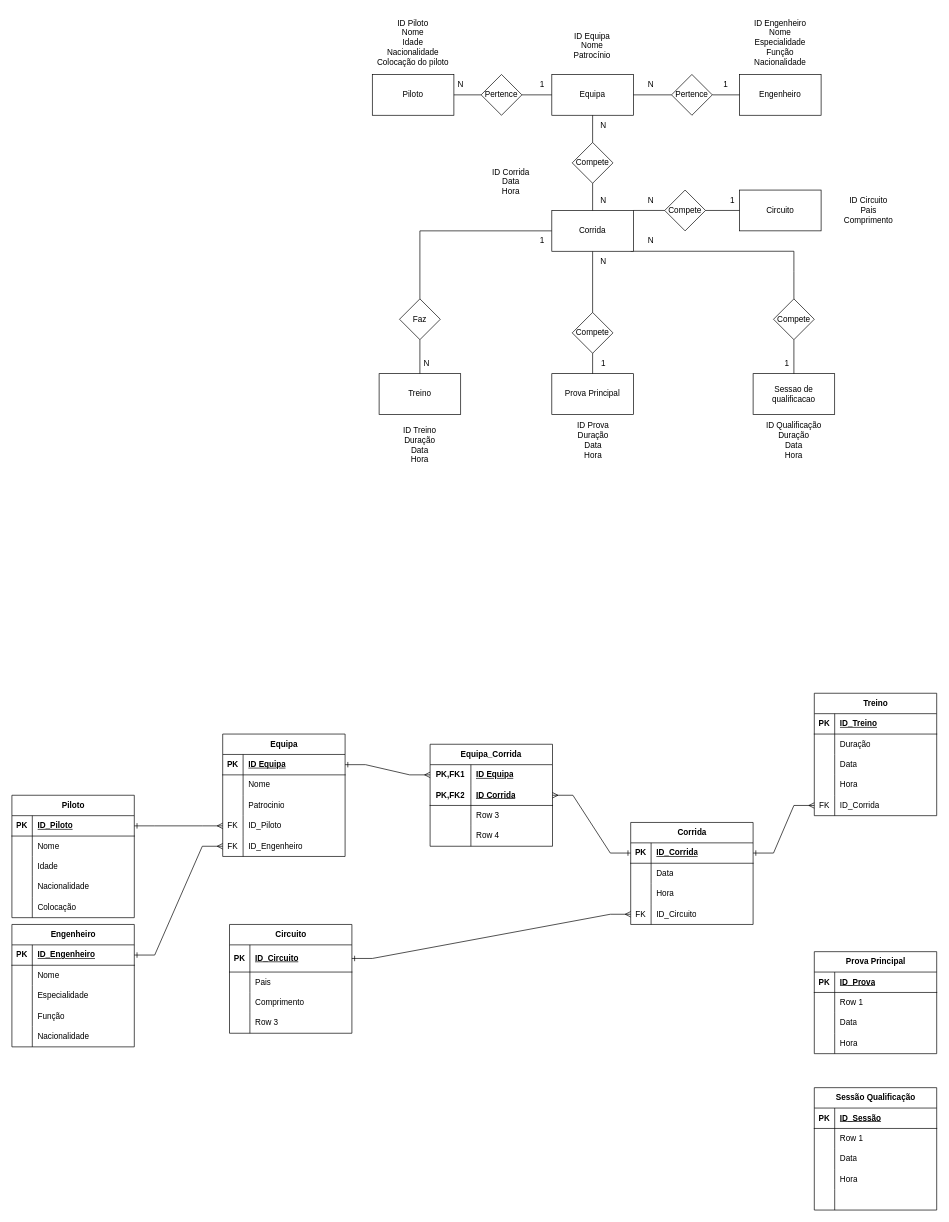
This is Ex_01_TrabalhoGrupo.drawio from GoncaloPereira97/CESAE_Softdev_PRT_1023, a draw.io file, before an edit. Source tidied: cells renumbered, new cells numbered last; positions are measured from the earlier drawing's top-left corner, leaving out a move shared by most shapes. Both pictures are drawn from the tidied source at 68%, with x=0, y=0 at pixel (12, 12).
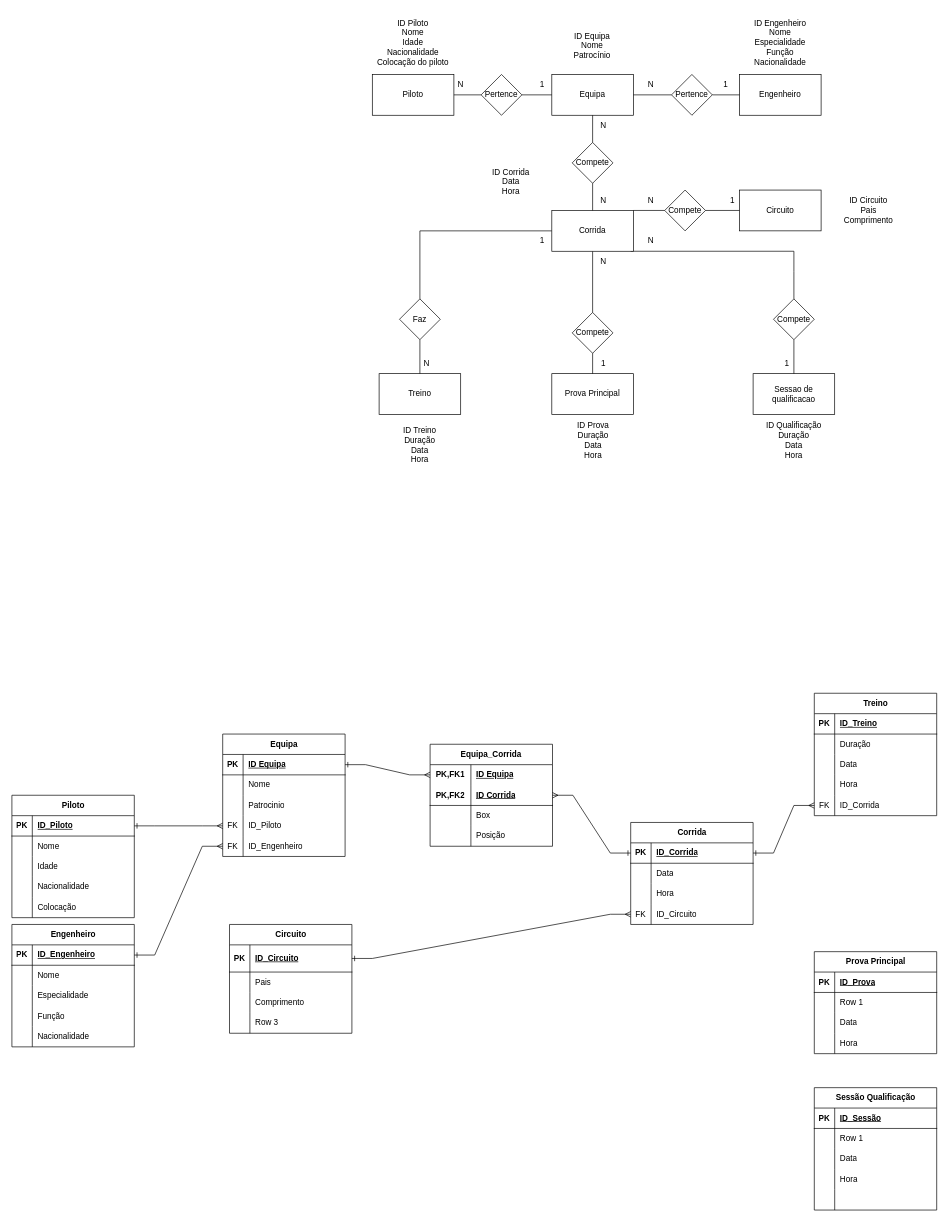
Above is the later version.

Unchanged cells that the change refers to:
```xml
<mxCell id="182" style="shape=tableRow;horizontal=0;startSize=0;swimlaneHead=0;swimlaneBody=0;fillColor=none;top=0;left=0;right=0;bottom=0;html=1;" parent="175" vertex="1">
  <mxGeometry y="90" width="180" height="30" as="geometry" />
</mxCell>
<mxCell id="185" style="shape=tableRow;horizontal=0;startSize=0;swimlaneHead=0;swimlaneBody=0;fillColor=none;top=0;left=0;right=0;bottom=0;html=1;" parent="175" vertex="1">
  <mxGeometry y="120" width="180" height="30" as="geometry" />
</mxCell>
```

What changed in the source:
```diff
@@
-    <mxCell id="184" value="Row 3" style="shape=partialRectangle;fillColor=none;top=0;left=0;bottom=0;right=0;align=left;spacingLeft=6;overflow=hidden;html=1;whiteSpace=wrap;" parent="182" vertex="1">
+    <mxCell id="184" value="Box" style="shape=partialRectangle;fillColor=none;top=0;left=0;bottom=0;right=0;align=left;spacingLeft=6;overflow=hidden;html=1;whiteSpace=wrap;" parent="182" vertex="1">
       <mxGeometry x="60" width="120" height="30" as="geometry" />
     </mxCell>
@@
-    <mxCell id="187" value="Row 4" style="shape=partialRectangle;fillColor=none;top=0;left=0;bottom=0;right=0;align=left;spacingLeft=6;overflow=hidden;html=1;whiteSpace=wrap;" parent="185" vertex="1">
+    <mxCell id="187" value="Posição" style="shape=partialRectangle;fillColor=none;top=0;left=0;bottom=0;right=0;align=left;spacingLeft=6;overflow=hidden;html=1;whiteSpace=wrap;" parent="185" vertex="1">
       <mxGeometry x="60" width="120" height="30" as="geometry" />
     </mxCell>
```
